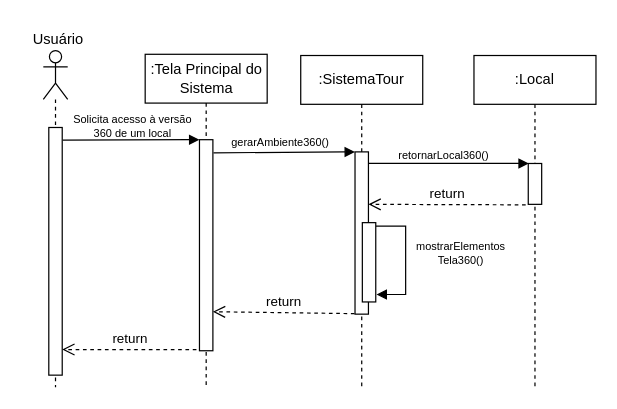
Before: DiagramaDeSequencia-Acessar360.drawio in Gigagiga1234/Tour-Virtual, a draw.io diagram. Source tidied: cells renumbered, new cells numbered last; positions are measured from the earlier drawing's top-left corner, leaving out a move shared by most shapes. Both pictures are drawn from the tidied source at 122%, with x=0, y=0 at pixel (21, 21).
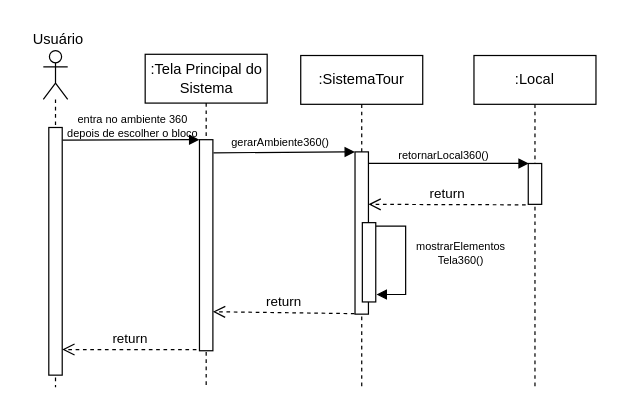
Above is the later version.

Change to the diagram source:
```diff
@@
-    <mxCell id="6" value="Solicita acesso à versão&lt;div&gt;360 de um local&lt;/div&gt;" style="text;html=1;align=center;verticalAlign=middle;strokeColor=none;fillColor=none;fontSize=9;" parent="1" vertex="1">
-      <mxGeometry x="31" y="66" width="120" height="40" as="geometry" />
+    <mxCell id="6" value="entra no ambiente 360&lt;div&gt;depois de escolher o bloco&lt;/div&gt;" style="text;html=1;align=center;verticalAlign=middle;strokeColor=none;fillColor=none;fontSize=9;" parent="1" vertex="1">
+      <mxGeometry x="26" y="66" width="130" height="40" as="geometry" />
     </mxCell>
```
